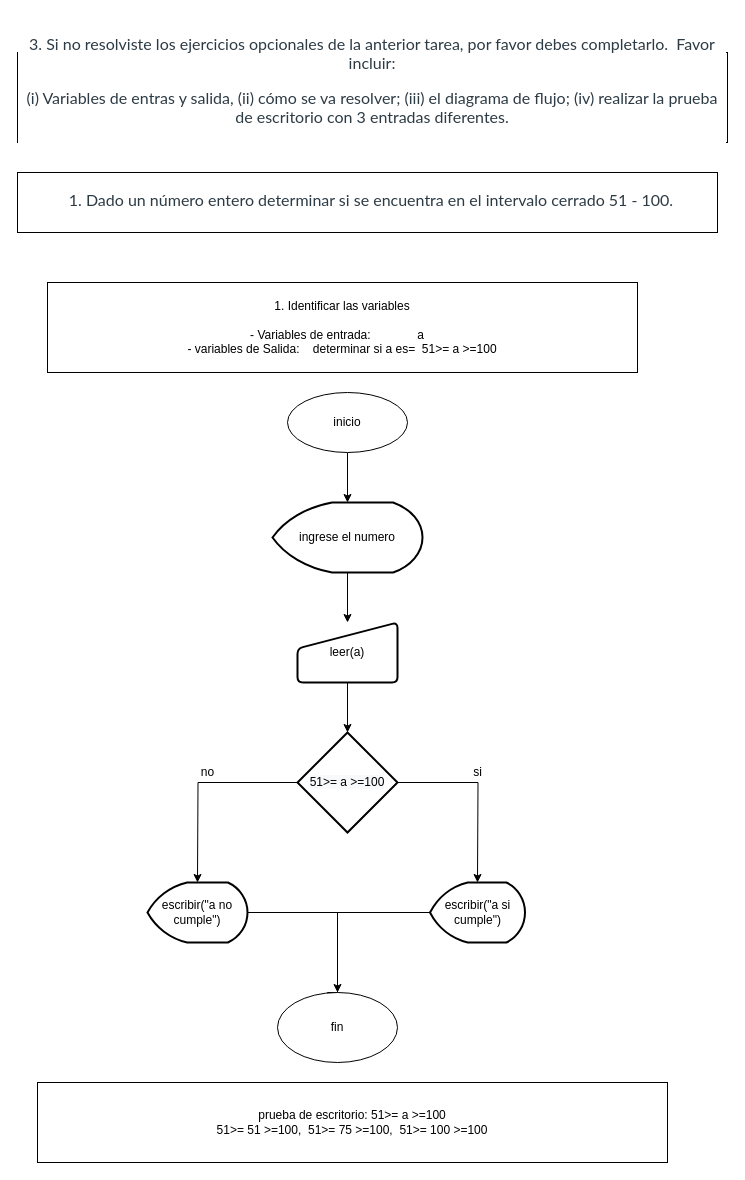
Earlier version of the draw.io diagram page "Page-5" (5 of 6) of Untitled Diagram.drawio (12RodrigoDuran/Formula). Source tidied: cells renumbered, new cells numbered last; positions are measured from the earlier drawing's top-left corner, leaving out a move shared by most shapes. Both pictures are drawn from the tidied source at 100%, with x=0, y=0 at pixel (17, 52).
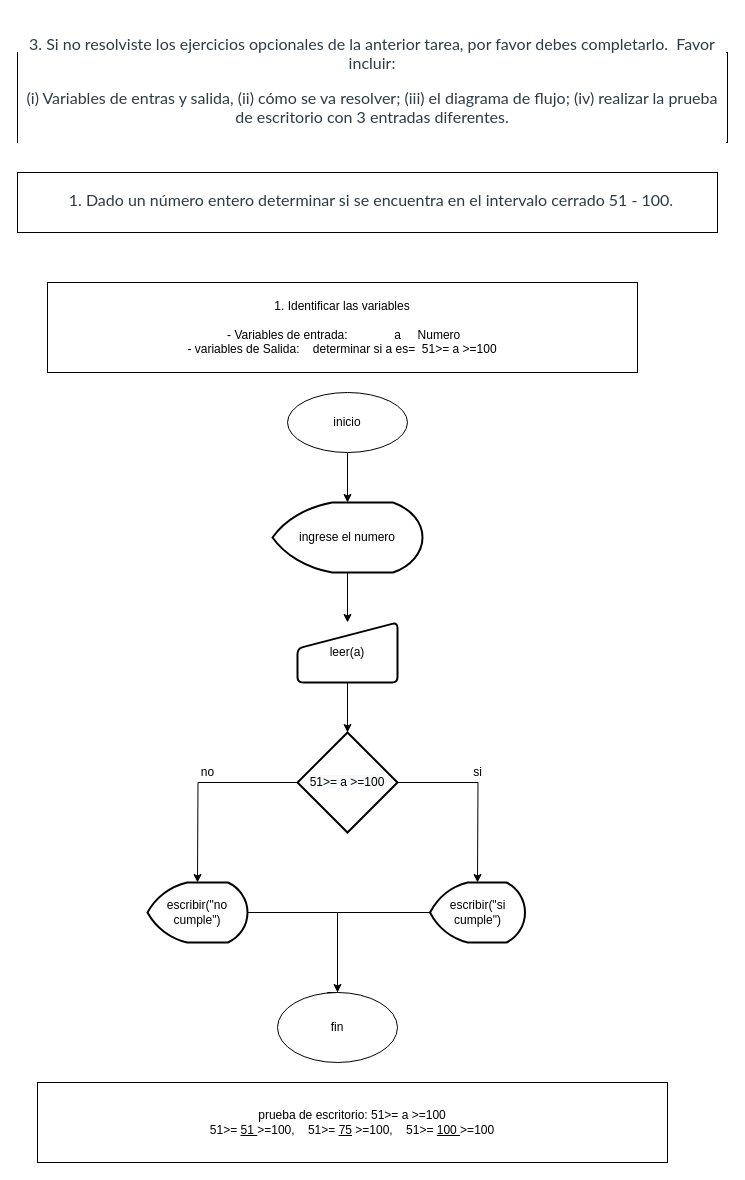
Above is the later version.

The edit, as a diff of the source:
```diff
@@
-    <mxCell id="4" value="1. Identificar las variables&lt;br&gt;&lt;br&gt;&amp;nbsp;- Variables de entrada:&amp;nbsp; &amp;nbsp; &amp;nbsp; &amp;nbsp; &amp;nbsp; &amp;nbsp; &amp;nbsp; a&amp;nbsp; &amp;nbsp;&amp;nbsp;&lt;br&gt;- variables de Salida:&amp;nbsp; &amp;nbsp; determinar si a es=&amp;nbsp; 51&amp;gt;= a &amp;gt;=100" style="rounded=0;whiteSpace=wrap;html=1;" parent="1" vertex="1">
+    <mxCell id="4" value="1. Identificar las variables&lt;br&gt;&lt;br&gt;&amp;nbsp;- Variables de entrada:&amp;nbsp; &amp;nbsp; &amp;nbsp; &amp;nbsp; &amp;nbsp; &amp;nbsp; &amp;nbsp; a&amp;nbsp; &amp;nbsp; &amp;nbsp;Numero&lt;br&gt;- variables de Salida:&amp;nbsp; &amp;nbsp; determinar si a es=&amp;nbsp; 51&amp;gt;= a &amp;gt;=100" style="rounded=0;whiteSpace=wrap;html=1;" parent="1" vertex="1">
       <mxGeometry x="30" y="230" width="590" height="90" as="geometry" />
     </mxCell>
@@
-    <mxCell id="15" value="escribir(&quot;a si cumple&quot;)" style="strokeWidth=2;html=1;shape=mxgraph.flowchart.display;whiteSpace=wrap;" parent="1" vertex="1">
+    <mxCell id="15" value="escribir(&quot;si cumple&quot;)" style="strokeWidth=2;html=1;shape=mxgraph.flowchart.display;whiteSpace=wrap;" parent="1" vertex="1">
       <mxGeometry x="412.5" y="830" width="95" height="60" as="geometry" />
     </mxCell>
@@
-    <mxCell id="17" value="escribir(&quot;a no cumple&quot;)" style="strokeWidth=2;html=1;shape=mxgraph.flowchart.display;whiteSpace=wrap;" parent="1" vertex="1">
+    <mxCell id="17" value="escribir(&quot;no cumple&quot;)" style="strokeWidth=2;html=1;shape=mxgraph.flowchart.display;whiteSpace=wrap;" parent="1" vertex="1">
       <mxGeometry x="130" y="830" width="100" height="60" as="geometry" />
     </mxCell>
@@
-    <mxCell id="21" value="prueba de escritorio:&amp;nbsp;&lt;span style=&quot;font-family: &amp;#34;helvetica&amp;#34;&quot;&gt;51&amp;gt;= a &amp;gt;=100&lt;br&gt;&lt;/span&gt;&lt;span style=&quot;font-family: &amp;#34;helvetica&amp;#34;&quot;&gt;51&amp;gt;= 51 &amp;gt;=100,&amp;nbsp;&amp;nbsp;&lt;/span&gt;&lt;span style=&quot;font-family: &amp;#34;helvetica&amp;#34;&quot;&gt;51&amp;gt;= 75 &amp;gt;=100,&amp;nbsp;&amp;nbsp;&lt;/span&gt;&lt;span style=&quot;font-family: &amp;#34;helvetica&amp;#34;&quot;&gt;51&amp;gt;= 100 &amp;gt;=100&lt;/span&gt;&lt;span style=&quot;font-family: &amp;#34;helvetica&amp;#34;&quot;&gt;&lt;br&gt;&lt;/span&gt;" style="rounded=0;whiteSpace=wrap;html=1;" parent="1" vertex="1">
+    <mxCell id="21" value="prueba de escritorio:&amp;nbsp;&lt;span style=&quot;font-family: &amp;#34;helvetica&amp;#34;&quot;&gt;51&amp;gt;= a &amp;gt;=100&lt;br&gt;&lt;/span&gt;&lt;span style=&quot;font-family: &amp;#34;helvetica&amp;#34;&quot;&gt;51&amp;gt;= &lt;u&gt;51 &lt;/u&gt;&amp;gt;=100,&amp;nbsp; &amp;nbsp;&amp;nbsp;&lt;/span&gt;&lt;span style=&quot;font-family: &amp;#34;helvetica&amp;#34;&quot;&gt;51&amp;gt;= &lt;u&gt;75&lt;/u&gt; &amp;gt;=100,&amp;nbsp; &amp;nbsp;&amp;nbsp;&lt;/span&gt;&lt;span style=&quot;font-family: &amp;#34;helvetica&amp;#34;&quot;&gt;51&amp;gt;= &lt;u&gt;100 &lt;/u&gt;&amp;gt;=100&lt;/span&gt;&lt;span style=&quot;font-family: &amp;#34;helvetica&amp;#34;&quot;&gt;&lt;br&gt;&lt;/span&gt;" style="rounded=0;whiteSpace=wrap;html=1;" parent="1" vertex="1">
       <mxGeometry x="20" y="1030" width="630" height="80" as="geometry" />
     </mxCell>
```
